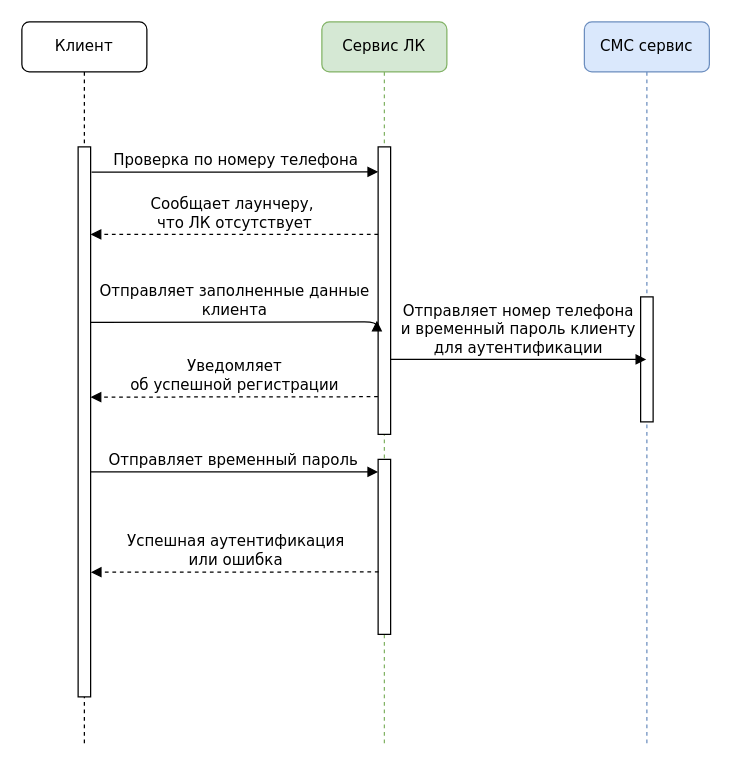
Earlier version of the draw.io diagram user-way-reg.drawio (sergeyram/draw-io). Source tidied: cells renumbered, new cells numbered last; positions are measured from the earlier drawing's top-left corner, leaving out a move shared by most shapes. Both pictures are drawn from the tidied source at 125%, with x=0, y=0 at pixel (21, 21).
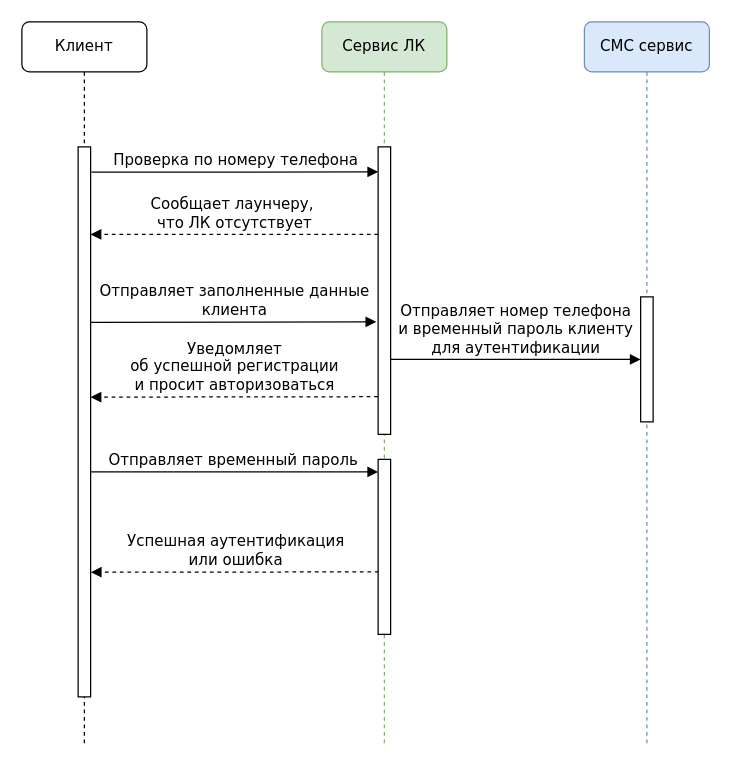
The same diagram, later.

The change refers to these unchanged cells:
```xml
<mxCell id="3" style="html=1;points=[];perimeter=orthogonalPerimeter;rounded=0;shadow=0;comic=0;labelBackgroundColor=none;strokeWidth=1;fontFamily=Verdana;fontSize=12;align=center;" parent="2" vertex="1">
  <mxGeometry x="45" y="100" width="10" height="230" as="geometry" />
</mxCell>
<mxCell id="5" value="СМС сервис" style="shape=umlLifeline;perimeter=lifelinePerimeter;whiteSpace=wrap;html=1;outlineConnect=0;rounded=1;shadow=0;comic=0;labelBackgroundColor=none;strokeWidth=1;fontFamily=Verdana;fontSize=12;align=center;fillColor=#dae8fc;strokeColor=#6c8ebf;" parent="1" vertex="1">
  <mxGeometry x="450" width="100" height="580" as="geometry" />
</mxCell>
<mxCell id="6" style="html=1;points=[];perimeter=orthogonalPerimeter;rounded=0;shadow=0;comic=0;labelBackgroundColor=none;strokeWidth=1;fontFamily=Verdana;fontSize=12;align=center;" parent="5" vertex="1">
  <mxGeometry x="45" y="220" width="10" height="100" as="geometry" />
</mxCell>
<mxCell id="7" value="Клиент" style="shape=umlLifeline;perimeter=lifelinePerimeter;whiteSpace=wrap;html=1;rounded=1;shadow=0;comic=0;labelBackgroundColor=none;strokeWidth=1;fontFamily=Verdana;fontSize=12;align=center;" parent="1" vertex="1">
  <mxGeometry width="100" height="580" as="geometry" />
</mxCell>
```

Change to the diagram source:
```diff
@@
-    <mxCell id="9" value="&lt;div&gt;Отправляет заполненные данные&lt;/div&gt;&lt;div&gt;клиента&lt;/div&gt;" style="html=1;verticalAlign=bottom;endArrow=block;labelBackgroundColor=none;fontFamily=Verdana;fontSize=12;edgeStyle=elbowEdgeStyle;elbow=vertical;" parent="7" edge="1">
+    <mxCell id="9" value="&lt;div&gt;Отправляет заполненные данные&lt;/div&gt;&lt;div&gt;клиента&lt;/div&gt;" style="html=1;verticalAlign=bottom;endArrow=block;labelBackgroundColor=none;fontFamily=Verdana;fontSize=12;edgeStyle=elbowEdgeStyle;elbow=vertical;entryX=-0.152;entryY=0.607;entryDx=0;entryDy=0;entryPerimeter=0;" parent="7" edge="1" target="3">
       <mxGeometry relative="1" as="geometry">
         <mxPoint x="55" y="240.3" as="sourcePoint" />
-        <mxPoint x="284" y="239" as="targetPoint" />
       </mxGeometry>
     </mxCell>
@@
-    <mxCell id="11" value="&lt;div&gt;Отправляет номер телефона&lt;/div&gt;&lt;div&gt;и временный пароль клиенту&lt;/div&gt;&lt;div&gt;для аутентификации&lt;br&gt;&lt;/div&gt;" style="html=1;verticalAlign=bottom;endArrow=block;labelBackgroundColor=none;fontFamily=Verdana;fontSize=12;edgeStyle=elbowEdgeStyle;elbow=vertical;" parent="1" edge="1" source="3" target="5">
+    <mxCell id="11" value="&lt;div&gt;Отправляет номер телефона&lt;/div&gt;&lt;div&gt;и временный пароль клиенту&lt;/div&gt;&lt;div&gt;для аутентификации&lt;br&gt;&lt;/div&gt;" style="html=1;verticalAlign=bottom;endArrow=block;labelBackgroundColor=none;fontFamily=Verdana;fontSize=12;edgeStyle=elbowEdgeStyle;elbow=vertical;entryX=0;entryY=0.497;entryDx=0;entryDy=0;entryPerimeter=0;" parent="1" edge="1" source="3" target="6">
       <mxGeometry relative="1" as="geometry">
         <Array as="points">
           <mxPoint x="370" y="270" />
         </Array>
       </mxGeometry>
     </mxCell>
@@
-    <mxCell id="13" value="&lt;div&gt;Уведомляет&lt;/div&gt;&lt;div&gt;об успешной регистрации&lt;/div&gt;" style="html=1;verticalAlign=bottom;endArrow=block;labelBackgroundColor=none;fontFamily=Verdana;fontSize=12;edgeStyle=elbowEdgeStyle;elbow=vertical;exitX=-0.019;exitY=0.869;exitDx=0;exitDy=0;exitPerimeter=0;dashed=1;" parent="1" edge="1" source="3">
+    <mxCell id="13" value="&lt;div&gt;Уведомляет&lt;/div&gt;&lt;div&gt;об успешной регистрации&lt;/div&gt;&lt;div&gt;и просит авторизоваться&lt;br&gt;&lt;/div&gt;" style="html=1;verticalAlign=bottom;endArrow=block;labelBackgroundColor=none;fontFamily=Verdana;fontSize=12;edgeStyle=elbowEdgeStyle;elbow=vertical;exitX=-0.019;exitY=0.869;exitDx=0;exitDy=0;exitPerimeter=0;dashed=1;" parent="1" edge="1" source="3">
       <mxGeometry relative="1" as="geometry">
         <mxPoint x="55" y="300" as="targetPoint" />
         <Array as="points">
           <mxPoint x="165" y="300.2" />
         </Array>
       </mxGeometry>
     </mxCell>
```
